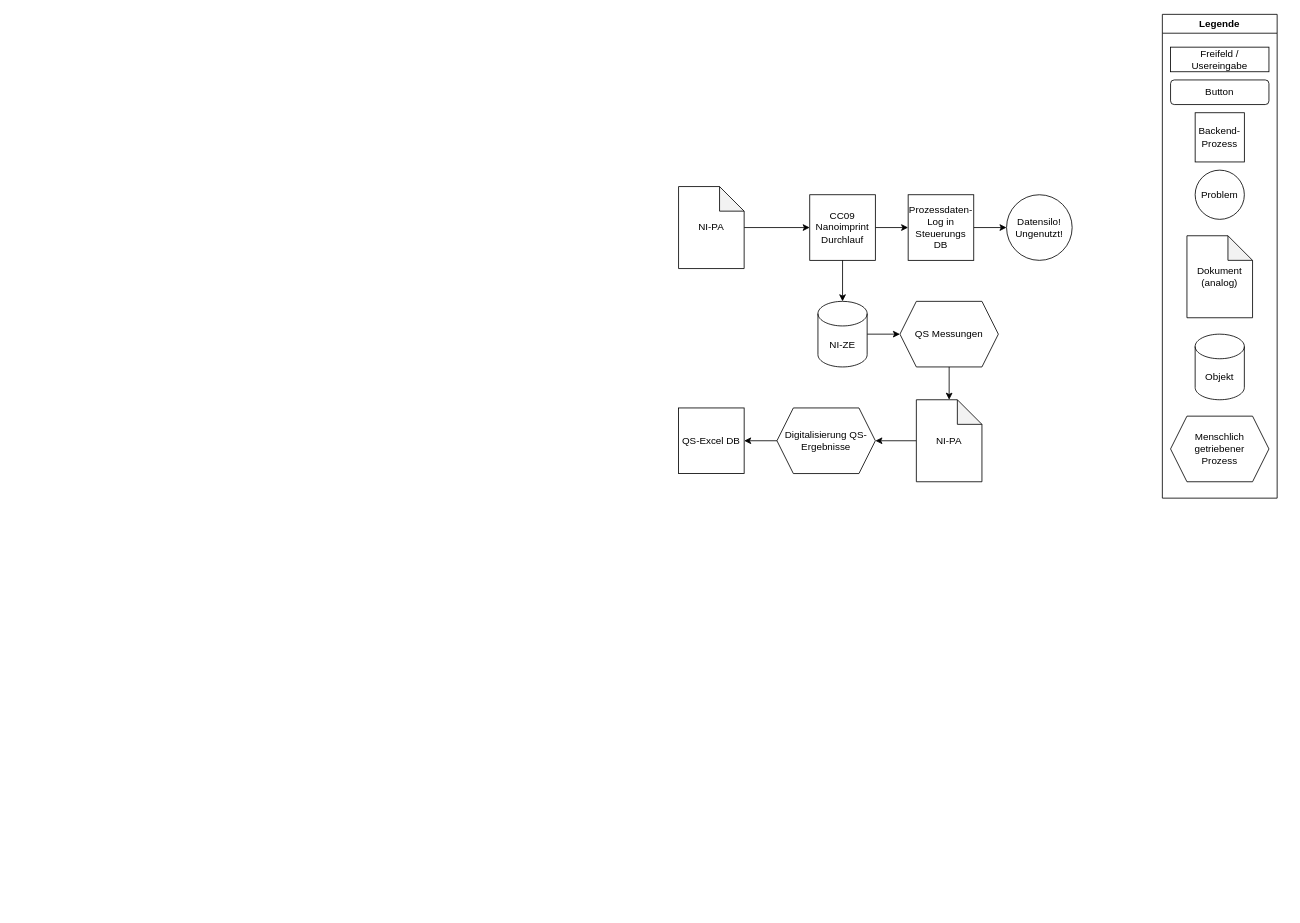
Earlier version of the draw.io diagram Flow-Chart-Projektbeginn.drawio (gmpoly/FlowchartKomplett). Source tidied: cells renumbered, new cells numbered last; positions are measured from the earlier drawing's top-left corner, leaving out a move shared by most shapes. Both pictures are drawn from the tidied source at 82%, with x=0, y=0 at pixel (678, 14).
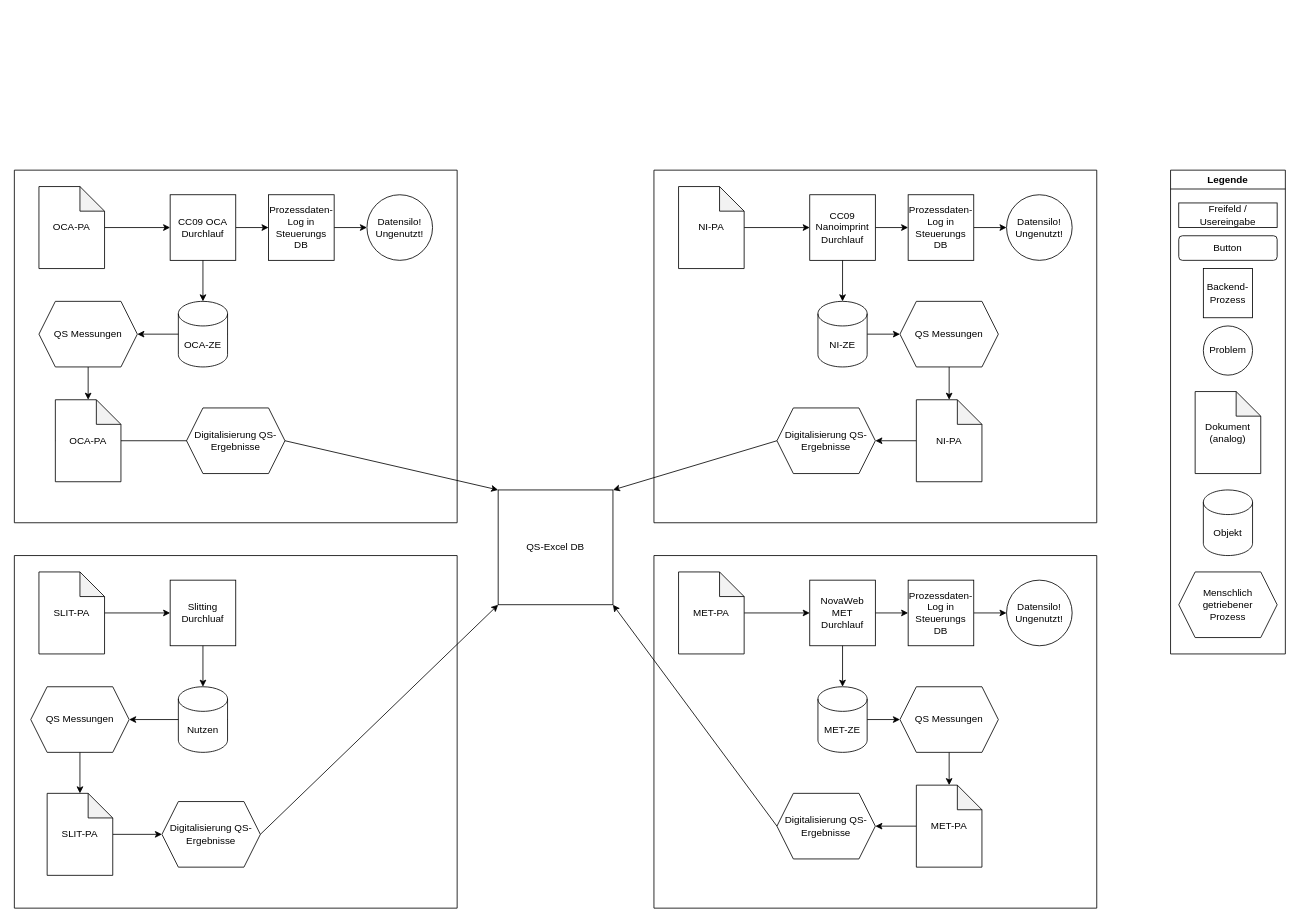
After the change.

Commit message (it also covers changes not shown here):
Ausbau insbesondere Beginn plus Farben Komplett

The change refers to these unchanged cells:
```xml
<mxCell id="25" value="Digitalisierung QS-Ergebnisse" style="shape=hexagon;perimeter=hexagonPerimeter2;whiteSpace=wrap;html=1;fixedSize=1;" parent="1" vertex="1">
  <mxGeometry x="120" y="480" width="120" height="80" as="geometry" />
</mxCell>
```

Change to the diagram source:
```diff
@@
     <mxCell id="4" value="Freifeld / Usereingabe" style="rounded=0;whiteSpace=wrap;html=1;" parent="1" vertex="1">
-      <mxGeometry x="600" y="40" width="120" height="30" as="geometry" />
+      <mxGeometry x="610" y="230" width="120" height="30" as="geometry" />
     </mxCell>
     <mxCell id="5" value="Button" style="rounded=1;whiteSpace=wrap;html=1;" parent="1" vertex="1">
-      <mxGeometry x="600" y="80" width="120" height="30" as="geometry" />
+      <mxGeometry x="610" y="270" width="120" height="30" as="geometry" />
     </mxCell>
     <mxCell id="6" value="Backend-Prozess" style="whiteSpace=wrap;html=1;" parent="1" vertex="1">
-      <mxGeometry x="630" y="120" width="60" height="60" as="geometry" />
+      <mxGeometry x="640" y="310" width="60" height="60" as="geometry" />
     </mxCell>
     <mxCell id="7" value="Problem" style="ellipse;whiteSpace=wrap;html=1;" parent="1" vertex="1">
-      <mxGeometry x="630" y="190" width="60" height="60" as="geometry" />
+      <mxGeometry x="640" y="380" width="60" height="60" as="geometry" />
     </mxCell>
     <mxCell id="8" value="Legende" style="swimlane;whiteSpace=wrap;html=1;" parent="1" vertex="1">
-      <mxGeometry x="590" width="140" height="590" as="geometry" />
+      <mxGeometry x="600" y="190" width="140" height="590" as="geometry" />
     </mxCell>
@@
     <mxCell id="23" value="QS-Excel DB" style="whiteSpace=wrap;html=1;" parent="1" vertex="1">
-      <mxGeometry y="480" width="80" height="80" as="geometry" />
+      <mxGeometry x="-220" y="580" width="140" height="140" as="geometry" />
     </mxCell>
-    <mxCell id="24" style="edgeStyle=none;html=1;exitX=0;exitY=0.5;exitDx=0;exitDy=0;entryX=1;entryY=0.5;entryDx=0;entryDy=0;" parent="1" edge="1" source="25" target="23">
+    <mxCell id="24" style="edgeStyle=none;html=1;exitX=0;exitY=0.5;exitDx=0;exitDy=0;entryX=1;entryY=0;entryDx=0;entryDy=0;" parent="1" edge="1" source="25" target="23">
       <mxGeometry relative="1" as="geometry" />
     </mxCell>
@@
+    <mxCell id="27" style="swimlane;startSize=0;" parent="1" vertex="1">
+      <mxGeometry x="-30" y="190" width="540" height="430" as="geometry" />
+    </mxCell>
+    <mxCell id="28" style="edgeStyle=none;html=1;exitX=1;exitY=0.5;exitDx=0;exitDy=0;entryX=0;entryY=0.5;entryDx=0;entryDy=0;" parent="1" edge="1" source="29" target="31">
+      <mxGeometry relative="1" as="geometry" />
+    </mxCell>
+    <mxCell id="29" value="NovaWeb MET Durchlauf" style="whiteSpace=wrap;html=1;" parent="1" vertex="1">
+      <mxGeometry x="160" y="690" width="80" height="80" as="geometry" />
+    </mxCell>
+    <mxCell id="30" style="edgeStyle=none;html=1;exitX=1;exitY=0.5;exitDx=0;exitDy=0;entryX=0;entryY=0.5;entryDx=0;entryDy=0;" parent="1" edge="1" source="31" target="43">
+      <mxGeometry relative="1" as="geometry" />
+    </mxCell>
+    <mxCell id="31" value="Prozessdaten-Log in Steuerungs DB" style="whiteSpace=wrap;html=1;" parent="1" vertex="1">
+      <mxGeometry x="280" y="690" width="80" height="80" as="geometry" />
+    </mxCell>
+    <mxCell id="32" style="edgeStyle=none;html=1;entryX=0;entryY=0.5;entryDx=0;entryDy=0;" parent="1" edge="1" source="33" target="29">
+      <mxGeometry relative="1" as="geometry" />
+    </mxCell>
+    <mxCell id="33" value="MET-PA" style="shape=note;whiteSpace=wrap;html=1;backgroundOutline=1;darkOpacity=0.05;" parent="1" vertex="1">
+      <mxGeometry y="680" width="80" height="100" as="geometry" />
+    </mxCell>
+    <mxCell id="34" style="edgeStyle=none;html=1;exitX=1;exitY=0.5;exitDx=0;exitDy=0;exitPerimeter=0;" parent="1" edge="1" source="35" target="37">
+      <mxGeometry relative="1" as="geometry" />
+    </mxCell>
+    <mxCell id="35" value="MET-ZE" style="shape=cylinder3;whiteSpace=wrap;html=1;boundedLbl=1;backgroundOutline=1;size=15;" parent="1" vertex="1">
+      <mxGeometry x="170" y="820" width="60" height="80" as="geometry" />
+    </mxCell>
+    <mxCell id="36" style="edgeStyle=none;html=1;exitX=0.5;exitY=1;exitDx=0;exitDy=0;entryX=0.5;entryY=0;entryDx=0;entryDy=0;entryPerimeter=0;" parent="1" edge="1" source="29" target="35">
+      <mxGeometry relative="1" as="geometry" />
+    </mxCell>
+    <mxCell id="37" value="QS Messungen" style="shape=hexagon;perimeter=hexagonPerimeter2;whiteSpace=wrap;html=1;fixedSize=1;" parent="1" vertex="1">
+      <mxGeometry x="270" y="820" width="120" height="80" as="geometry" />
+    </mxCell>
+    <mxCell id="38" style="edgeStyle=none;html=1;exitX=0;exitY=0.5;exitDx=0;exitDy=0;exitPerimeter=0;entryX=1;entryY=0.5;entryDx=0;entryDy=0;" parent="1" edge="1" source="39" target="42">
+      <mxGeometry relative="1" as="geometry" />
+    </mxCell>
+    <mxCell id="39" value="MET-PA" style="shape=note;whiteSpace=wrap;html=1;backgroundOutline=1;darkOpacity=0.05;" parent="1" vertex="1">
+      <mxGeometry x="290" y="940" width="80" height="100" as="geometry" />
+    </mxCell>
+    <mxCell id="40" style="edgeStyle=none;html=1;exitX=0.5;exitY=1;exitDx=0;exitDy=0;entryX=0.5;entryY=0;entryDx=0;entryDy=0;entryPerimeter=0;" parent="1" edge="1" source="37" target="39">
+      <mxGeometry relative="1" as="geometry" />
+    </mxCell>
+    <mxCell id="41" style="edgeStyle=none;html=1;exitX=0;exitY=0.5;exitDx=0;exitDy=0;entryX=1;entryY=1;entryDx=0;entryDy=0;" parent="1" edge="1" source="42" target="23">
+      <mxGeometry relative="1" as="geometry" />
+    </mxCell>
+    <mxCell id="42" value="Digitalisierung QS-Ergebnisse" style="shape=hexagon;perimeter=hexagonPerimeter2;whiteSpace=wrap;html=1;fixedSize=1;" parent="1" vertex="1">
+      <mxGeometry x="120" y="950" width="120" height="80" as="geometry" />
+    </mxCell>
+    <mxCell id="43" value="&lt;span style=&quot;color: rgb(0, 0, 0);&quot;&gt;Datensilo! Ungenutzt!&lt;/span&gt;" style="ellipse;whiteSpace=wrap;html=1;" parent="1" vertex="1">
+      <mxGeometry x="400" y="690" width="80" height="80" as="geometry" />
+    </mxCell>
+    <mxCell id="44" style="swimlane;startSize=0;" parent="1" vertex="1">
+      <mxGeometry x="-30" y="660" width="540" height="430" as="geometry" />
+    </mxCell>
+    <mxCell id="45" style="edgeStyle=none;html=1;exitX=1;exitY=0.5;exitDx=0;exitDy=0;entryX=0;entryY=0.5;entryDx=0;entryDy=0;" parent="1" edge="1" source="46" target="48">
+      <mxGeometry relative="1" as="geometry" />
+    </mxCell>
+    <mxCell id="46" value="CC09 OCA Durchlauf" style="whiteSpace=wrap;html=1;" parent="1" vertex="1">
+      <mxGeometry x="-620" y="220" width="80" height="80" as="geometry" />
+    </mxCell>
+    <mxCell id="47" style="edgeStyle=none;html=1;exitX=1;exitY=0.5;exitDx=0;exitDy=0;entryX=0;entryY=0.5;entryDx=0;entryDy=0;" parent="1" edge="1" source="48" target="57">
+      <mxGeometry relative="1" as="geometry" />
+    </mxCell>
+    <mxCell id="48" value="Prozessdaten-Log in Steuerungs DB" style="whiteSpace=wrap;html=1;" parent="1" vertex="1">
+      <mxGeometry x="-500" y="220" width="80" height="80" as="geometry" />
+    </mxCell>
+    <mxCell id="49" style="edgeStyle=none;html=1;entryX=0;entryY=0.5;entryDx=0;entryDy=0;" parent="1" edge="1" source="50" target="46">
+      <mxGeometry relative="1" as="geometry" />
+    </mxCell>
+    <mxCell id="50" value="OCA-PA" style="shape=note;whiteSpace=wrap;html=1;backgroundOutline=1;darkOpacity=0.05;" parent="1" vertex="1">
+      <mxGeometry x="-780" y="210" width="80" height="100" as="geometry" />
+    </mxCell>
+    <mxCell id="51" style="edgeStyle=none;html=1;exitX=1;exitY=0.5;exitDx=0;exitDy=0;exitPerimeter=0;" parent="1" edge="1" source="52" target="59">
+      <mxGeometry relative="1" as="geometry" />
+    </mxCell>
+    <mxCell id="52" value="OCA-ZE" style="shape=cylinder3;whiteSpace=wrap;html=1;boundedLbl=1;backgroundOutline=1;size=15;" parent="1" vertex="1">
+      <mxGeometry x="-610" y="350" width="60" height="80" as="geometry" />
+    </mxCell>
+    <mxCell id="53" style="edgeStyle=none;html=1;exitX=0.5;exitY=1;exitDx=0;exitDy=0;entryX=0.5;entryY=0;entryDx=0;entryDy=0;entryPerimeter=0;" parent="1" edge="1" source="46" target="52">
+      <mxGeometry relative="1" as="geometry" />
+    </mxCell>
+    <mxCell id="54" style="edgeStyle=none;html=1;exitX=0;exitY=0.5;exitDx=0;exitDy=0;exitPerimeter=0;entryX=1;entryY=0.5;entryDx=0;entryDy=0;" parent="1" edge="1" source="55" target="60">
+      <mxGeometry relative="1" as="geometry" />
+    </mxCell>
+    <mxCell id="55" value="OCA-PA" style="shape=note;whiteSpace=wrap;html=1;backgroundOutline=1;darkOpacity=0.05;" parent="1" vertex="1">
+      <mxGeometry x="-760" y="470" width="80" height="100" as="geometry" />
+    </mxCell>
+    <mxCell id="56" style="edgeStyle=none;html=1;exitX=0.5;exitY=1;exitDx=0;exitDy=0;entryX=0.5;entryY=0;entryDx=0;entryDy=0;entryPerimeter=0;" parent="1" edge="1" source="59" target="55">
+      <mxGeometry relative="1" as="geometry" />
+    </mxCell>
+    <mxCell id="57" value="&lt;span style=&quot;color: rgb(0, 0, 0);&quot;&gt;Datensilo! Ungenutzt!&lt;/span&gt;" style="ellipse;whiteSpace=wrap;html=1;" parent="1" vertex="1">
+      <mxGeometry x="-380" y="220" width="80" height="80" as="geometry" />
+    </mxCell>
+    <mxCell id="58" style="swimlane;startSize=0;" parent="1" vertex="1">
+      <mxGeometry x="-810" y="190" width="540" height="430" as="geometry" />
+    </mxCell>
+    <mxCell id="59" value="QS Messungen" style="shape=hexagon;perimeter=hexagonPerimeter2;whiteSpace=wrap;html=1;fixedSize=1;" parent="58" vertex="1">
+      <mxGeometry x="30" y="160" width="120" height="80" as="geometry" />
+    </mxCell>
+    <mxCell id="60" value="Digitalisierung QS-Ergebnisse" style="shape=hexagon;perimeter=hexagonPerimeter2;whiteSpace=wrap;html=1;fixedSize=1;" parent="58" vertex="1">
+      <mxGeometry x="210" y="290" width="120" height="80" as="geometry" />
+    </mxCell>
+    <mxCell id="61" value="Slitting Durchluaf" style="whiteSpace=wrap;html=1;" parent="1" vertex="1">
+      <mxGeometry x="-620" y="690" width="80" height="80" as="geometry" />
+    </mxCell>
+    <mxCell id="62" style="edgeStyle=none;html=1;entryX=0;entryY=0.5;entryDx=0;entryDy=0;" parent="1" edge="1" source="63" target="61">
+      <mxGeometry relative="1" as="geometry" />
+    </mxCell>
+    <mxCell id="63" value="SLIT-PA" style="shape=note;whiteSpace=wrap;html=1;backgroundOutline=1;darkOpacity=0.05;" parent="1" vertex="1">
+      <mxGeometry x="-780" y="680" width="80" height="100" as="geometry" />
+    </mxCell>
+    <mxCell id="64" style="edgeStyle=none;html=1;exitX=1;exitY=0.5;exitDx=0;exitDy=0;exitPerimeter=0;" parent="1" edge="1" source="65" target="68">
+      <mxGeometry relative="1" as="geometry" />
+    </mxCell>
+    <mxCell id="65" value="Nutzen" style="shape=cylinder3;whiteSpace=wrap;html=1;boundedLbl=1;backgroundOutline=1;size=15;" parent="1" vertex="1">
+      <mxGeometry x="-610" y="820" width="60" height="80" as="geometry" />
+    </mxCell>
+    <mxCell id="66" style="edgeStyle=none;html=1;exitX=0.5;exitY=1;exitDx=0;exitDy=0;entryX=0.5;entryY=0;entryDx=0;entryDy=0;entryPerimeter=0;" parent="1" edge="1" source="61" target="65">
+      <mxGeometry relative="1" as="geometry" />
+    </mxCell>
+    <mxCell id="67" style="swimlane;startSize=0;" parent="1" vertex="1">
+      <mxGeometry x="-810" y="660" width="540" height="430" as="geometry" />
+    </mxCell>
+    <mxCell id="68" value="QS Messungen" style="shape=hexagon;perimeter=hexagonPerimeter2;whiteSpace=wrap;html=1;fixedSize=1;" parent="67" vertex="1">
+      <mxGeometry x="20" y="160" width="120" height="80" as="geometry" />
+    </mxCell>
+    <mxCell id="69" style="edgeStyle=none;html=1;" parent="67" edge="1" source="70" target="72">
+      <mxGeometry relative="1" as="geometry" />
+    </mxCell>
+    <mxCell id="70" value="SLIT-PA" style="shape=note;whiteSpace=wrap;html=1;backgroundOutline=1;darkOpacity=0.05;" parent="67" vertex="1">
+      <mxGeometry x="40" y="290" width="80" height="100" as="geometry" />
+    </mxCell>
+    <mxCell id="71" style="edgeStyle=none;html=1;exitX=0.5;exitY=1;exitDx=0;exitDy=0;entryX=0.5;entryY=0;entryDx=0;entryDy=0;entryPerimeter=0;" parent="67" edge="1" source="68" target="70">
+      <mxGeometry relative="1" as="geometry" />
+    </mxCell>
+    <mxCell id="72" value="Digitalisierung QS-Ergebnisse" style="shape=hexagon;perimeter=hexagonPerimeter2;whiteSpace=wrap;html=1;fixedSize=1;" parent="67" vertex="1">
+      <mxGeometry x="180" y="300" width="120" height="80" as="geometry" />
+    </mxCell>
+    <mxCell id="73" style="edgeStyle=none;html=1;exitX=1;exitY=0.5;exitDx=0;exitDy=0;entryX=0;entryY=0;entryDx=0;entryDy=0;" parent="1" edge="1" source="60" target="23">
+      <mxGeometry relative="1" as="geometry" />
+    </mxCell>
+    <mxCell id="74" style="edgeStyle=none;html=1;exitX=1;exitY=0.5;exitDx=0;exitDy=0;entryX=0;entryY=1;entryDx=0;entryDy=0;" parent="1" edge="1" source="72" target="23">
+      <mxGeometry relative="1" as="geometry" />
+    </mxCell>
```
